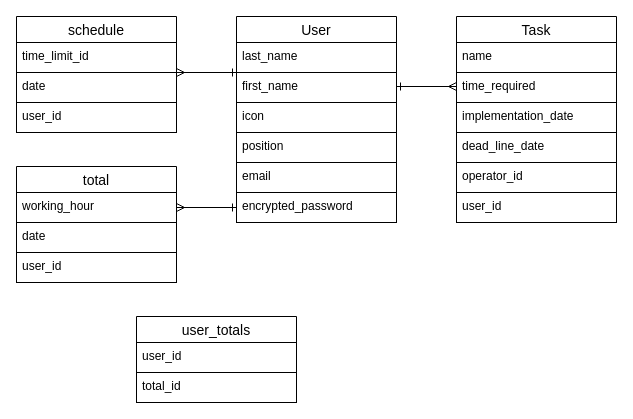
Yurika-1016/team-task-app-33991 keeps this draw.io diagram as test.dio. Above is the earlier version. Source tidied: cells renumbered, new cells numbered last; positions are measured from the earlier drawing's top-left corner, leaving out a move shared by most shapes. Both pictures are drawn from the tidied source at 100%, with x=0, y=0 at pixel (16, 16).
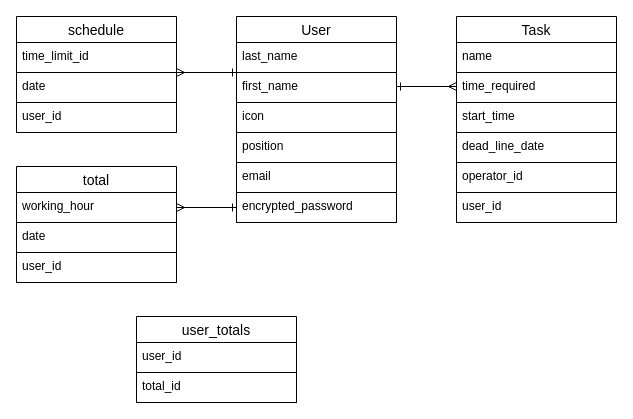
The same page after the edit.

The change refers to these unchanged cells:
```xml
<mxCell id="10" value="Task" style="swimlane;fontStyle=0;horizontal=1;startSize=26;align=center;fontSize=14;strokeColor=#000000;labelBorderColor=none;swimlaneFillColor=none;" parent="1" vertex="1">
  <mxGeometry x="440" width="160" height="206" as="geometry" />
</mxCell>
```

What changed in the source:
```diff
@@
-    <mxCell id="13" value="implementation_date" style="text;fillColor=none;spacingLeft=4;spacingRight=4;overflow=hidden;fontSize=12;strokeColor=#000000;fontColor=#000000;" parent="10" vertex="1">
+    <mxCell id="13" value="start_time" style="text;fillColor=none;spacingLeft=4;spacingRight=4;overflow=hidden;fontSize=12;strokeColor=#000000;fontColor=#000000;" parent="10" vertex="1">
       <mxGeometry y="86" width="160" height="30" as="geometry" />
     </mxCell>
```
